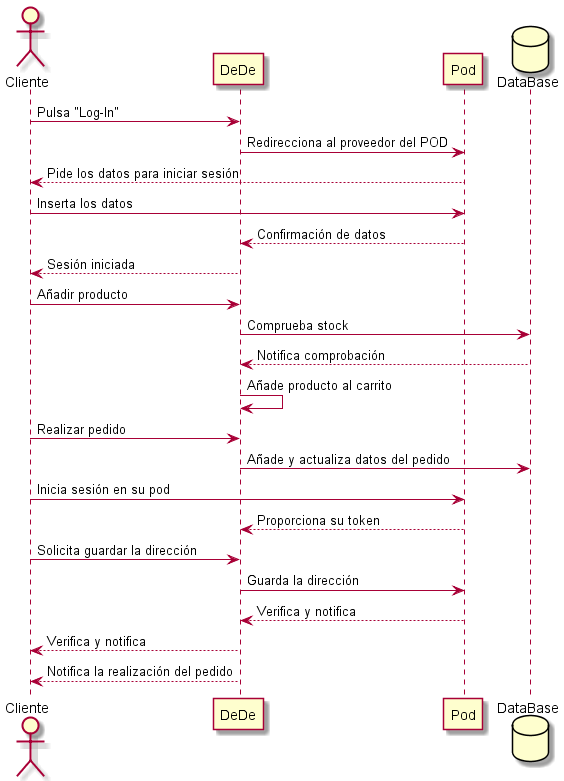
Above: images/06_runtime_pedido.png in Arquisoft/dede_es6b (PlantUML), before the change.
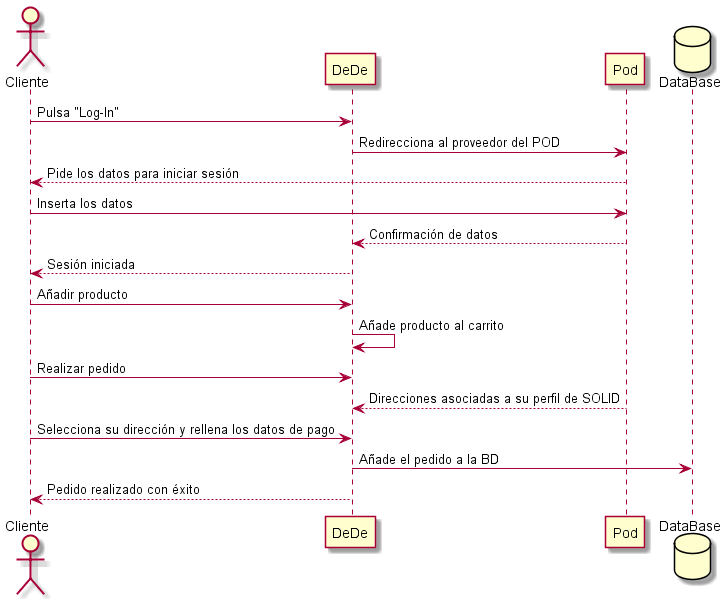
The same file after the commit.

What changed in the source:
```diff
@@ -10,16 +10,10 @@
 DeDe <-- Pod: Confirmación de datos
 Cliente<-- DeDe: Sesión iniciada
 Cliente-> DeDe: Añadir producto
-DeDe-> DataBase: Comprueba stock
-DataBase --> DeDe: Notifica comprobación
 DeDe-> DeDe: Añade producto al carrito
 Cliente -> DeDe: Realizar pedido
-DeDe -> DataBase: Añade y actualiza datos del pedido
-Cliente-> Pod: Inicia sesión en su pod
-Pod--> DeDe: Proporciona su token
-Cliente->DeDe: Solicita guardar la dirección
-DeDe -> Pod: Guarda la dirección
-Pod--> DeDe: Verifica y notifica
-DeDe--> Cliente: Verifica y notifica
-DeDe--> Cliente: Notifica la realización del pedido
+DeDe <-- Pod: Direcciones asociadas a su perfil de SOLID
+Cliente -> DeDe: Selecciona su dirección y rellena los datos de pago
+DeDe -> DataBase: Añade el pedido a la BD
+Cliente <-- DeDe: Pedido realizado con éxito
 @enduml
```
